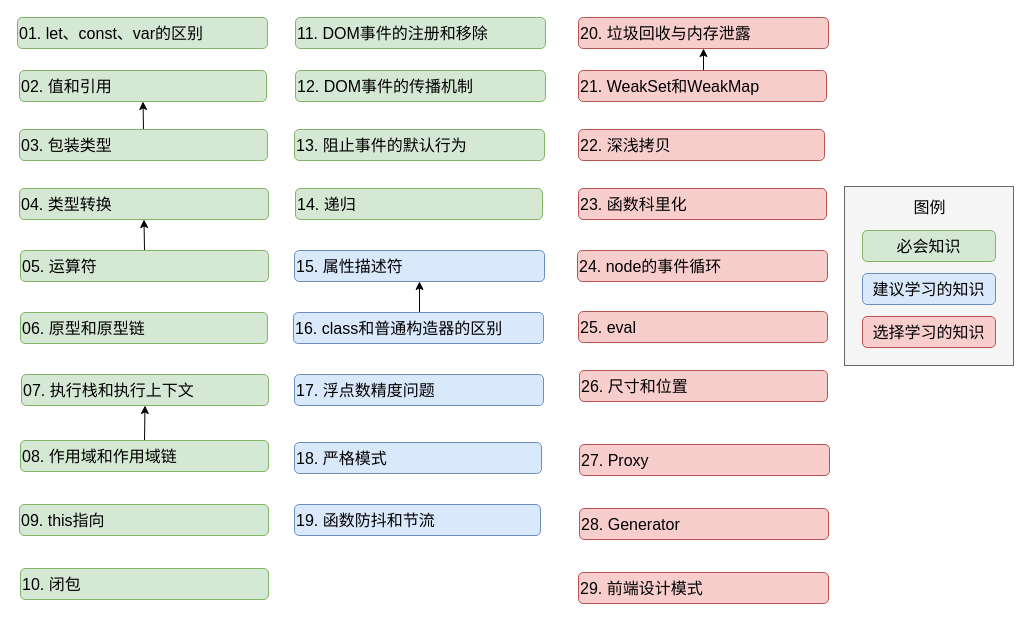
This is 知识图谱.dio from 915030415/frontend-interview-javascript, a draw.io file, before an edit. Source tidied: cells renumbered, new cells numbered last; positions are measured from the earlier drawing's top-left corner, leaving out a move shared by most shapes. Both pictures are drawn from the tidied source at 100%, with x=0, y=0 at pixel (17, 17).
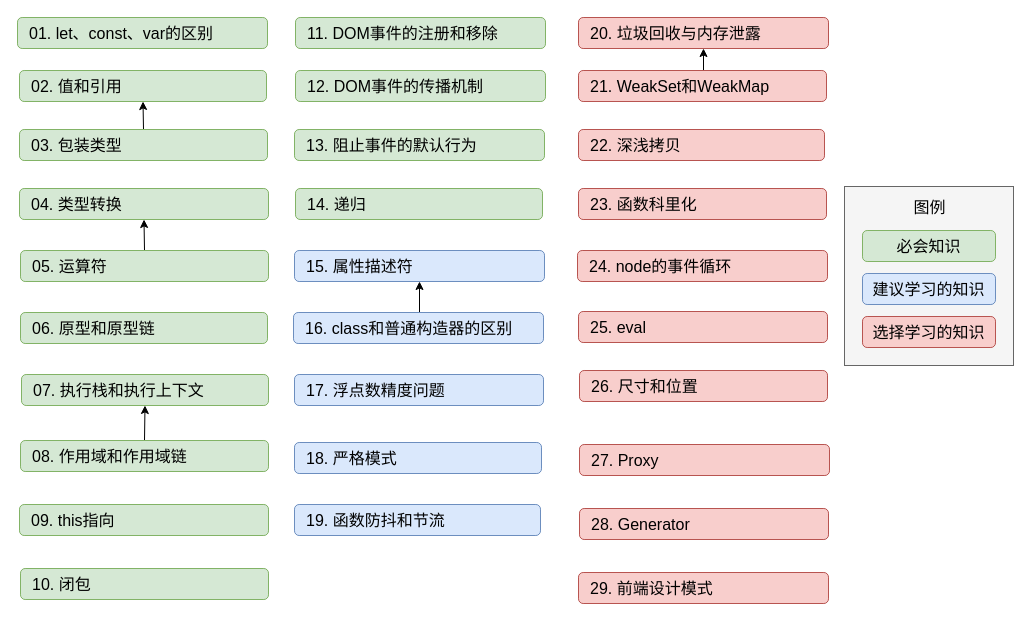
The same diagram, later.

Commit message:
修改了知识图谱的格式

The edit, as a diff of the source:
```diff
@@
-    <mxCell id="2" value="&lt;font color=&quot;#000000&quot;&gt;02. 值和引用&lt;/font&gt;" style="rounded=1;whiteSpace=wrap;html=1;fillColor=#d5e8d4;strokeColor=#82b366;fontSize=16;fontFamily=Roboto Mono;align=left;" parent="1" vertex="1">
+    <mxCell id="2" value="&lt;font color=&quot;#000000&quot;&gt;02. 值和引用&lt;/font&gt;" style="rounded=1;whiteSpace=wrap;html=1;fillColor=#d5e8d4;strokeColor=#82b366;fontSize=16;fontFamily=Roboto Mono;align=left;spacingLeft=10;" parent="1" vertex="1">
       <mxGeometry x="2" y="53" width="247" height="31" as="geometry" />
     </mxCell>
-    <mxCell id="3" value="&lt;font color=&quot;#000000&quot;&gt;20. 垃圾回收与内存泄露&lt;/font&gt;" style="rounded=1;whiteSpace=wrap;html=1;fillColor=#f8cecc;strokeColor=#b85450;fontSize=16;fontFamily=Roboto Mono;align=left;" parent="1" vertex="1">
+    <mxCell id="3" value="&lt;font color=&quot;#000000&quot;&gt;20. 垃圾回收与内存泄露&lt;/font&gt;" style="rounded=1;whiteSpace=wrap;html=1;fillColor=#f8cecc;strokeColor=#b85450;fontSize=16;fontFamily=Roboto Mono;align=left;spacingLeft=10;" parent="1" vertex="1">
       <mxGeometry x="561" width="250" height="31" as="geometry" />
     </mxCell>
-    <mxCell id="4" value="&lt;font color=&quot;#000000&quot;&gt;10. 闭包&lt;/font&gt;" style="rounded=1;whiteSpace=wrap;html=1;fillColor=#d5e8d4;strokeColor=#82b366;fontSize=16;fontFamily=Roboto Mono;align=left;" parent="1" vertex="1">
+    <mxCell id="4" value="&lt;font color=&quot;#000000&quot;&gt;10. 闭包&lt;/font&gt;" style="rounded=1;whiteSpace=wrap;html=1;fillColor=#d5e8d4;strokeColor=#82b366;fontSize=16;fontFamily=Roboto Mono;align=left;spacingLeft=10;" parent="1" vertex="1">
       <mxGeometry x="3" y="551" width="248" height="31" as="geometry" />
     </mxCell>
-    <mxCell id="5" value="&lt;font color=&quot;#000000&quot;&gt;22. 深浅拷贝&lt;/font&gt;" style="rounded=1;whiteSpace=wrap;html=1;fillColor=#f8cecc;strokeColor=#b85450;fontSize=16;fontFamily=Roboto Mono;align=left;" parent="1" vertex="1">
+    <mxCell id="5" value="&lt;font color=&quot;#000000&quot;&gt;22. 深浅拷贝&lt;/font&gt;" style="rounded=1;whiteSpace=wrap;html=1;fillColor=#f8cecc;strokeColor=#b85450;fontSize=16;fontFamily=Roboto Mono;align=left;spacingLeft=10;" parent="1" vertex="1">
       <mxGeometry x="561" y="112" width="246" height="31" as="geometry" />
     </mxCell>
-    <mxCell id="6" value="&lt;font color=&quot;#000000&quot;&gt;09. this指向&lt;/font&gt;" style="rounded=1;whiteSpace=wrap;html=1;fillColor=#d5e8d4;strokeColor=#82b366;fontSize=16;fontFamily=Roboto Mono;align=left;" parent="1" vertex="1">
+    <mxCell id="6" value="&lt;font color=&quot;#000000&quot;&gt;09. this指向&lt;/font&gt;" style="rounded=1;whiteSpace=wrap;html=1;fillColor=#d5e8d4;strokeColor=#82b366;fontSize=16;fontFamily=Roboto Mono;align=left;spacingLeft=10;" parent="1" vertex="1">
       <mxGeometry x="2" y="487" width="249" height="31" as="geometry" />
     </mxCell>
-    <mxCell id="7" value="&lt;font color=&quot;#000000&quot;&gt;15. 属性描述符&lt;/font&gt;" style="rounded=1;whiteSpace=wrap;html=1;fillColor=#dae8fc;strokeColor=#6c8ebf;fontSize=16;fontFamily=Roboto Mono;align=left;" parent="1" vertex="1">
+    <mxCell id="7" value="&lt;font color=&quot;#000000&quot;&gt;15. 属性描述符&lt;/font&gt;" style="rounded=1;whiteSpace=wrap;html=1;fillColor=#dae8fc;strokeColor=#6c8ebf;fontSize=16;fontFamily=Roboto Mono;align=left;spacingLeft=10;" parent="1" vertex="1">
       <mxGeometry x="277" y="233" width="250" height="31" as="geometry" />
     </mxCell>
-    <mxCell id="8" style="edgeStyle=orthogonalEdgeStyle;rounded=0;jettySize=auto;html=1;exitX=0.5;exitY=0;exitDx=0;exitDy=0;entryX=0.5;entryY=1;entryDx=0;entryDy=0;strokeColor=#000000;" parent="1" edge="1" source="9" target="34">
+    <mxCell id="8" style="edgeStyle=orthogonalEdgeStyle;rounded=0;jettySize=auto;html=1;exitX=0.5;exitY=0;exitDx=0;exitDy=0;entryX=0.5;entryY=1;entryDx=0;entryDy=0;strokeColor=#000000;spacingLeft=10;" parent="1" edge="1" source="9" target="34">
       <mxGeometry relative="1" as="geometry" />
     </mxCell>
-    <mxCell id="9" value="&lt;font color=&quot;#000000&quot;&gt;08. 作用域和作用域链&lt;/font&gt;" style="rounded=1;whiteSpace=wrap;html=1;fillColor=#d5e8d4;strokeColor=#82b366;fontSize=16;fontFamily=Roboto Mono;align=left;" parent="1" vertex="1">
+    <mxCell id="9" value="&lt;font color=&quot;#000000&quot;&gt;08. 作用域和作用域链&lt;/font&gt;" style="rounded=1;whiteSpace=wrap;html=1;fillColor=#d5e8d4;strokeColor=#82b366;fontSize=16;fontFamily=Roboto Mono;align=left;spacingLeft=10;" parent="1" vertex="1">
       <mxGeometry x="3" y="423" width="248" height="31" as="geometry" />
     </mxCell>
-    <mxCell id="10" style="edgeStyle=orthogonalEdgeStyle;rounded=0;jettySize=auto;html=1;exitX=0.5;exitY=0;exitDx=0;exitDy=0;entryX=0.5;entryY=1;entryDx=0;entryDy=0;strokeColor=#000000;" parent="1" edge="1" source="11" target="35">
+    <mxCell id="10" style="edgeStyle=orthogonalEdgeStyle;rounded=0;jettySize=auto;html=1;exitX=0.5;exitY=0;exitDx=0;exitDy=0;entryX=0.5;entryY=1;entryDx=0;entryDy=0;strokeColor=#000000;spacingLeft=10;" parent="1" edge="1" source="11" target="35">
       <mxGeometry relative="1" as="geometry" />
     </mxCell>
-    <mxCell id="11" value="&lt;font color=&quot;#000000&quot;&gt;05. 运算符&lt;/font&gt;" style="rounded=1;whiteSpace=wrap;html=1;fillColor=#d5e8d4;strokeColor=#82b366;fontSize=16;fontFamily=Roboto Mono;align=left;" parent="1" vertex="1">
+    <mxCell id="11" value="&lt;font color=&quot;#000000&quot;&gt;05. 运算符&lt;/font&gt;" style="rounded=1;whiteSpace=wrap;html=1;fillColor=#d5e8d4;strokeColor=#82b366;fontSize=16;fontFamily=Roboto Mono;align=left;spacingLeft=10;" parent="1" vertex="1">
       <mxGeometry x="3" y="233" width="248" height="31" as="geometry" />
     </mxCell>
-    <mxCell id="12" style="edgeStyle=orthogonalEdgeStyle;rounded=0;jettySize=auto;html=1;exitX=0.5;exitY=0;exitDx=0;exitDy=0;entryX=0.5;entryY=1;entryDx=0;entryDy=0;strokeColor=#000000;" parent="1" edge="1" source="13" target="2">
+    <mxCell id="12" style="edgeStyle=orthogonalEdgeStyle;rounded=0;jettySize=auto;html=1;exitX=0.5;exitY=0;exitDx=0;exitDy=0;entryX=0.5;entryY=1;entryDx=0;entryDy=0;strokeColor=#000000;spacingLeft=10;" parent="1" edge="1" source="13" target="2">
       <mxGeometry relative="1" as="geometry" />
     </mxCell>
-    <mxCell id="13" value="&lt;font color=&quot;#000000&quot;&gt;03. 包装类型&lt;/font&gt;" style="rounded=1;whiteSpace=wrap;html=1;fillColor=#d5e8d4;strokeColor=#82b366;fontSize=16;fontFamily=Roboto Mono;align=left;" parent="1" vertex="1">
+    <mxCell id="13" value="&lt;font color=&quot;#000000&quot;&gt;03. 包装类型&lt;/font&gt;" style="rounded=1;whiteSpace=wrap;html=1;fillColor=#d5e8d4;strokeColor=#82b366;fontSize=16;fontFamily=Roboto Mono;align=left;spacingLeft=10;" parent="1" vertex="1">
       <mxGeometry x="2" y="112" width="248" height="31" as="geometry" />
     </mxCell>
-    <mxCell id="14" value="&lt;font color=&quot;#000000&quot;&gt;18. 严格模式&lt;/font&gt;" style="rounded=1;whiteSpace=wrap;html=1;fillColor=#dae8fc;strokeColor=#6c8ebf;fontSize=16;fontFamily=Roboto Mono;align=left;" parent="1" vertex="1">
+    <mxCell id="14" value="&lt;font color=&quot;#000000&quot;&gt;18. 严格模式&lt;/font&gt;" style="rounded=1;whiteSpace=wrap;html=1;fillColor=#dae8fc;strokeColor=#6c8ebf;fontSize=16;fontFamily=Roboto Mono;align=left;spacingLeft=10;" parent="1" vertex="1">
       <mxGeometry x="277" y="425" width="247" height="31" as="geometry" />
     </mxCell>
-    <mxCell id="15" value="&lt;font color=&quot;#000000&quot;&gt;17. 浮点数精度问题&lt;/font&gt;" style="rounded=1;whiteSpace=wrap;html=1;fillColor=#dae8fc;strokeColor=#6c8ebf;fontSize=16;fontFamily=Roboto Mono;align=left;" parent="1" vertex="1">
+    <mxCell id="15" value="&lt;font color=&quot;#000000&quot;&gt;17. 浮点数精度问题&lt;/font&gt;" style="rounded=1;whiteSpace=wrap;html=1;fillColor=#dae8fc;strokeColor=#6c8ebf;fontSize=16;fontFamily=Roboto Mono;align=left;spacingLeft=10;" parent="1" vertex="1">
       <mxGeometry x="277" y="357" width="249" height="31" as="geometry" />
     </mxCell>
-    <mxCell id="16" value="&lt;font color=&quot;#000000&quot;&gt;12. DOM事件的传播机制&lt;/font&gt;" style="rounded=1;whiteSpace=wrap;html=1;fillColor=#d5e8d4;strokeColor=#82b366;fontSize=16;fontFamily=Roboto Mono;align=left;" parent="1" vertex="1">
+    <mxCell id="16" value="&lt;font color=&quot;#000000&quot;&gt;12. DOM事件的传播机制&lt;/font&gt;" style="rounded=1;whiteSpace=wrap;html=1;fillColor=#d5e8d4;strokeColor=#82b366;fontSize=16;fontFamily=Roboto Mono;align=left;spacingLeft=10;" parent="1" vertex="1">
       <mxGeometry x="278" y="53" width="250" height="31" as="geometry" />
     </mxCell>
-    <mxCell id="17" value="&lt;font color=&quot;#000000&quot;&gt;13. 阻止事件的默认行为&lt;/font&gt;" style="rounded=1;whiteSpace=wrap;html=1;fillColor=#d5e8d4;strokeColor=#82b366;fontSize=16;fontFamily=Roboto Mono;align=left;" parent="1" vertex="1">
+    <mxCell id="17" value="&lt;font color=&quot;#000000&quot;&gt;13. 阻止事件的默认行为&lt;/font&gt;" style="rounded=1;whiteSpace=wrap;html=1;fillColor=#d5e8d4;strokeColor=#82b366;fontSize=16;fontFamily=Roboto Mono;align=left;spacingLeft=10;" parent="1" vertex="1">
       <mxGeometry x="277" y="112" width="250" height="31" as="geometry" />
     </mxCell>
-    <mxCell id="18" value="&lt;font color=&quot;#000000&quot;&gt;19. 函数防抖和节流&lt;/font&gt;" style="rounded=1;whiteSpace=wrap;html=1;fillColor=#dae8fc;strokeColor=#6c8ebf;fontSize=16;fontFamily=Roboto Mono;align=left;" parent="1" vertex="1">
+    <mxCell id="18" value="&lt;font color=&quot;#000000&quot;&gt;19. 函数防抖和节流&lt;/font&gt;" style="rounded=1;whiteSpace=wrap;html=1;fillColor=#dae8fc;strokeColor=#6c8ebf;fontSize=16;fontFamily=Roboto Mono;align=left;spacingLeft=10;" parent="1" vertex="1">
       <mxGeometry x="277" y="487" width="246" height="31" as="geometry" />
     </mxCell>
-    <mxCell id="19" value="&lt;font color=&quot;#000000&quot;&gt;01. let、const、var的区别&lt;/font&gt;" style="rounded=1;whiteSpace=wrap;html=1;fillColor=#d5e8d4;strokeColor=#82b366;fontSize=16;fontFamily=Roboto Mono;align=left;" parent="1" vertex="1">
+    <mxCell id="19" value="&lt;font color=&quot;#000000&quot;&gt;01. let、const、var的区别&lt;/font&gt;" style="rounded=1;whiteSpace=wrap;html=1;fillColor=#d5e8d4;strokeColor=#82b366;fontSize=16;fontFamily=Roboto Mono;align=left;spacingLeft=10;" parent="1" vertex="1">
       <mxGeometry width="250" height="31" as="geometry" />
     </mxCell>
-    <mxCell id="20" style="edgeStyle=orthogonalEdgeStyle;rounded=0;jettySize=auto;html=1;exitX=0.5;exitY=0;exitDx=0;exitDy=0;entryX=0.5;entryY=1;entryDx=0;entryDy=0;strokeColor=#000000;" parent="1" edge="1" source="21" target="7">
+    <mxCell id="20" style="edgeStyle=orthogonalEdgeStyle;rounded=0;jettySize=auto;html=1;exitX=0.5;exitY=0;exitDx=0;exitDy=0;entryX=0.5;entryY=1;entryDx=0;entryDy=0;strokeColor=#000000;spacingLeft=10;" parent="1" edge="1" source="21" target="7">
       <mxGeometry relative="1" as="geometry" />
     </mxCell>
-    <mxCell id="21" value="&lt;font color=&quot;#000000&quot;&gt;16. class和普通构造器的区别&lt;/font&gt;" style="rounded=1;whiteSpace=wrap;html=1;fillColor=#dae8fc;strokeColor=#6c8ebf;fontSize=16;fontFamily=Roboto Mono;align=left;" parent="1" vertex="1">
+    <mxCell id="21" value="&lt;font color=&quot;#000000&quot;&gt;16. class和普通构造器的区别&lt;/font&gt;" style="rounded=1;whiteSpace=wrap;html=1;fillColor=#dae8fc;strokeColor=#6c8ebf;fontSize=16;fontFamily=Roboto Mono;align=left;spacingLeft=10;" parent="1" vertex="1">
       <mxGeometry x="276" y="295" width="250" height="31" as="geometry" />
     </mxCell>
-    <mxCell id="22" value="&lt;font color=&quot;#000000&quot;&gt;11. DOM事件的注册和移除&lt;/font&gt;" style="rounded=1;whiteSpace=wrap;html=1;fillColor=#d5e8d4;strokeColor=#82b366;fontSize=16;fontFamily=Roboto Mono;align=left;" parent="1" vertex="1">
+    <mxCell id="22" value="&lt;font color=&quot;#000000&quot;&gt;11. DOM事件的注册和移除&lt;/font&gt;" style="rounded=1;whiteSpace=wrap;html=1;fillColor=#d5e8d4;strokeColor=#82b366;fontSize=16;fontFamily=Roboto Mono;align=left;spacingLeft=10;" parent="1" vertex="1">
       <mxGeometry x="278" width="250" height="31" as="geometry" />
     </mxCell>
-    <mxCell id="23" value="&lt;font color=&quot;#000000&quot;&gt;26. 尺寸和位置&lt;/font&gt;" style="rounded=1;whiteSpace=wrap;html=1;fontSize=16;fontFamily=Roboto Mono;fillColor=#F8CECC;strokeColor=#B85450;align=left;" parent="1" vertex="1">
+    <mxCell id="23" value="&lt;font color=&quot;#000000&quot;&gt;26. 尺寸和位置&lt;/font&gt;" style="rounded=1;whiteSpace=wrap;html=1;fontSize=16;fontFamily=Roboto Mono;fillColor=#F8CECC;strokeColor=#B85450;align=left;spacingLeft=10;" parent="1" vertex="1">
       <mxGeometry x="562" y="353" width="248" height="31" as="geometry" />
     </mxCell>
-    <mxCell id="24" style="edgeStyle=orthogonalEdgeStyle;rounded=0;jettySize=auto;html=1;exitX=0.5;exitY=0;exitDx=0;exitDy=0;entryX=0.5;entryY=1;entryDx=0;entryDy=0;strokeColor=#000000;" parent="1" edge="1" source="25" target="3">
+    <mxCell id="24" style="edgeStyle=orthogonalEdgeStyle;rounded=0;jettySize=auto;html=1;exitX=0.5;exitY=0;exitDx=0;exitDy=0;entryX=0.5;entryY=1;entryDx=0;entryDy=0;strokeColor=#000000;spacingLeft=10;" parent="1" edge="1" source="25" target="3">
       <mxGeometry relative="1" as="geometry" />
     </mxCell>
-    <mxCell id="25" value="&lt;font color=&quot;#000000&quot;&gt;21. WeakSet和WeakMap&lt;/font&gt;" style="rounded=1;whiteSpace=wrap;html=1;fillColor=#f8cecc;strokeColor=#b85450;fontSize=16;fontFamily=Roboto Mono;align=left;" parent="1" vertex="1">
+    <mxCell id="25" value="&lt;font color=&quot;#000000&quot;&gt;21. WeakSet和WeakMap&lt;/font&gt;" style="rounded=1;whiteSpace=wrap;html=1;fillColor=#f8cecc;strokeColor=#b85450;fontSize=16;fontFamily=Roboto Mono;align=left;spacingLeft=10;" parent="1" vertex="1">
       <mxGeometry x="561" y="53" width="248" height="31" as="geometry" />
     </mxCell>
-    <mxCell id="26" value="&lt;font color=&quot;#000000&quot;&gt;24. node的事件循环&lt;/font&gt;" style="rounded=1;whiteSpace=wrap;html=1;fillColor=#f8cecc;strokeColor=#b85450;fontSize=16;fontFamily=Roboto Mono;align=left;" parent="1" vertex="1">
+    <mxCell id="26" value="&lt;font color=&quot;#000000&quot;&gt;24. node的事件循环&lt;/font&gt;" style="rounded=1;whiteSpace=wrap;html=1;fillColor=#f8cecc;strokeColor=#b85450;fontSize=16;fontFamily=Roboto Mono;align=left;spacingLeft=10;" parent="1" vertex="1">
       <mxGeometry x="560" y="233" width="250" height="31" as="geometry" />
     </mxCell>
-    <mxCell id="27" value="&lt;font color=&quot;#000000&quot;&gt;28. Generator&lt;/font&gt;" style="rounded=1;whiteSpace=wrap;html=1;fillColor=#f8cecc;strokeColor=#b85450;fontSize=16;fontFamily=Roboto Mono;align=left;" parent="1" vertex="1">
+    <mxCell id="27" value="&lt;font color=&quot;#000000&quot;&gt;28. Generator&lt;/font&gt;" style="rounded=1;whiteSpace=wrap;html=1;fillColor=#f8cecc;strokeColor=#b85450;fontSize=16;fontFamily=Roboto Mono;align=left;spacingLeft=10;" parent="1" vertex="1">
       <mxGeometry x="562" y="491" width="249" height="31" as="geometry" />
     </mxCell>
-    <mxCell id="28" value="&lt;font color=&quot;#000000&quot;&gt;27. Proxy&lt;/font&gt;" style="rounded=1;whiteSpace=wrap;html=1;fillColor=#f8cecc;strokeColor=#b85450;fontSize=16;fontFamily=Roboto Mono;align=left;" parent="1" vertex="1">
+    <mxCell id="28" value="&lt;font color=&quot;#000000&quot;&gt;27. Proxy&lt;/font&gt;" style="rounded=1;whiteSpace=wrap;html=1;fillColor=#f8cecc;strokeColor=#b85450;fontSize=16;fontFamily=Roboto Mono;align=left;spacingLeft=10;" parent="1" vertex="1">
       <mxGeometry x="562" y="427" width="250" height="31" as="geometry" />
     </mxCell>
-    <mxCell id="29" value="&lt;font color=&quot;#000000&quot;&gt;29. 前端设计模式&lt;/font&gt;" style="rounded=1;whiteSpace=wrap;html=1;fillColor=#f8cecc;strokeColor=#b85450;fontSize=16;fontFamily=Roboto Mono;align=left;" parent="1" vertex="1">
+    <mxCell id="29" value="&lt;font color=&quot;#000000&quot;&gt;29. 前端设计模式&lt;/font&gt;" style="rounded=1;whiteSpace=wrap;html=1;fillColor=#f8cecc;strokeColor=#b85450;fontSize=16;fontFamily=Roboto Mono;align=left;spacingLeft=10;" parent="1" vertex="1">
       <mxGeometry x="561" y="555" width="250" height="31" as="geometry" />
     </mxCell>
-    <mxCell id="30" value="&lt;font color=&quot;#000000&quot;&gt;23. 函数科里化&lt;/font&gt;" style="rounded=1;whiteSpace=wrap;html=1;fillColor=#f8cecc;strokeColor=#b85450;fontSize=16;fontFamily=Roboto Mono;align=left;" parent="1" vertex="1">
+    <mxCell id="30" value="&lt;font color=&quot;#000000&quot;&gt;23. 函数科里化&lt;/font&gt;" style="rounded=1;whiteSpace=wrap;html=1;fillColor=#f8cecc;strokeColor=#b85450;fontSize=16;fontFamily=Roboto Mono;align=left;spacingLeft=10;" parent="1" vertex="1">
       <mxGeometry x="561" y="171" width="248" height="31" as="geometry" />
     </mxCell>
-    <mxCell id="31" value="&lt;font color=&quot;#000000&quot;&gt;25. eval&lt;/font&gt;" style="rounded=1;whiteSpace=wrap;html=1;fontSize=16;fontFamily=Roboto Mono;fillColor=#F8CECC;strokeColor=#B85450;align=left;" parent="1" vertex="1">
+    <mxCell id="31" value="&lt;font color=&quot;#000000&quot;&gt;25. eval&lt;/font&gt;" style="rounded=1;whiteSpace=wrap;html=1;fontSize=16;fontFamily=Roboto Mono;fillColor=#F8CECC;strokeColor=#B85450;align=left;spacingLeft=10;" parent="1" vertex="1">
       <mxGeometry x="561" y="294" width="249" height="31" as="geometry" />
     </mxCell>
-    <mxCell id="32" value="&lt;font color=&quot;#000000&quot;&gt;06. 原型和原型链&lt;/font&gt;" style="rounded=1;whiteSpace=wrap;html=1;fillColor=#d5e8d4;strokeColor=#82b366;fontSize=16;fontFamily=Roboto Mono;align=left;" parent="1" vertex="1">
+    <mxCell id="32" value="&lt;font color=&quot;#000000&quot;&gt;06. 原型和原型链&lt;/font&gt;" style="rounded=1;whiteSpace=wrap;html=1;fillColor=#d5e8d4;strokeColor=#82b366;fontSize=16;fontFamily=Roboto Mono;align=left;spacingLeft=10;" parent="1" vertex="1">
       <mxGeometry x="3" y="295" width="247" height="31" as="geometry" />
     </mxCell>
-    <mxCell id="33" value="&lt;font color=&quot;#000000&quot;&gt;14. 递归&lt;/font&gt;" style="rounded=1;whiteSpace=wrap;html=1;fillColor=#d5e8d4;strokeColor=#82b366;fontSize=16;fontFamily=Roboto Mono;align=left;" parent="1" vertex="1">
+    <mxCell id="33" value="&lt;font color=&quot;#000000&quot;&gt;14. 递归&lt;/font&gt;" style="rounded=1;whiteSpace=wrap;html=1;fillColor=#d5e8d4;strokeColor=#82b366;fontSize=16;fontFamily=Roboto Mono;align=left;spacingLeft=10;" parent="1" vertex="1">
       <mxGeometry x="278" y="171" width="247" height="31" as="geometry" />
     </mxCell>
-    <mxCell id="34" value="&lt;font color=&quot;#000000&quot;&gt;07. 执行栈和执行上下文&lt;/font&gt;" style="rounded=1;whiteSpace=wrap;html=1;fillColor=#d5e8d4;strokeColor=#82b366;fontSize=16;fontFamily=Roboto Mono;align=left;" parent="1" vertex="1">
+    <mxCell id="34" value="&lt;font color=&quot;#000000&quot;&gt;07. 执行栈和执行上下文&lt;/font&gt;" style="rounded=1;whiteSpace=wrap;html=1;fillColor=#d5e8d4;strokeColor=#82b366;fontSize=16;fontFamily=Roboto Mono;align=left;spacingLeft=10;" parent="1" vertex="1">
       <mxGeometry x="4" y="357" width="247" height="31" as="geometry" />
     </mxCell>
-    <mxCell id="35" value="&lt;font color=&quot;#000000&quot;&gt;04. 类型转换&lt;/font&gt;" style="rounded=1;whiteSpace=wrap;html=1;fillColor=#d5e8d4;strokeColor=#82b366;fontSize=16;fontFamily=Roboto Mono;align=left;" parent="1" vertex="1">
+    <mxCell id="35" value="&lt;font color=&quot;#000000&quot;&gt;04. 类型转换&lt;/font&gt;" style="rounded=1;whiteSpace=wrap;html=1;fillColor=#d5e8d4;strokeColor=#82b366;fontSize=16;fontFamily=Roboto Mono;align=left;spacingLeft=10;" parent="1" vertex="1">
       <mxGeometry x="2" y="171" width="249" height="31" as="geometry" />
     </mxCell>
```
